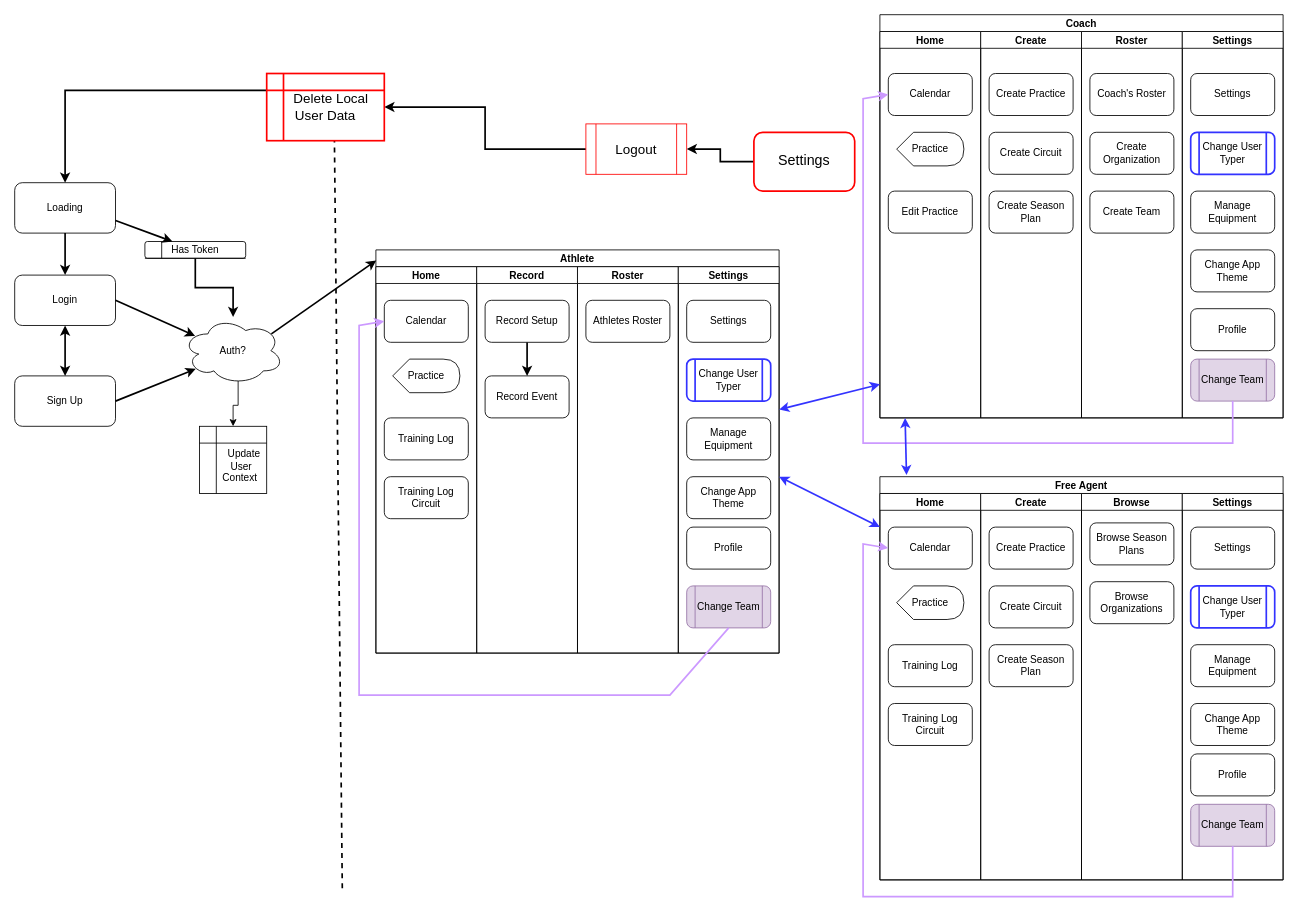
Before: BBSports.drawio in Henkemeyer/BBSports, a draw.io diagram. Source tidied: cells renumbered, new cells numbered last; positions are measured from the earlier drawing's top-left corner, leaving out a move shared by most shapes. Both pictures are drawn from the tidied source at 84%, with x=0, y=0 at pixel (14, 14).
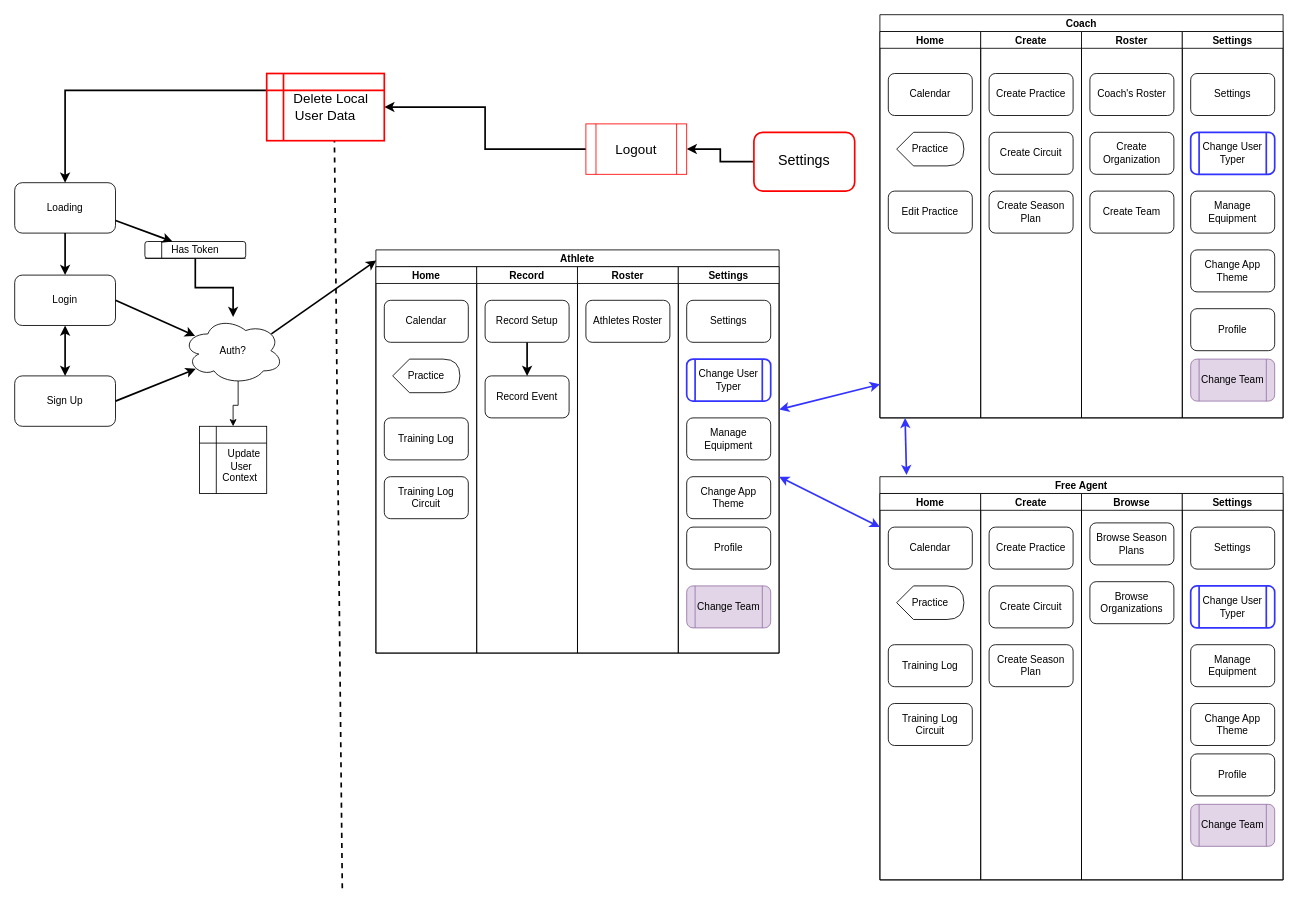
The same diagram, later.

The change refers to these unchanged cells:
```xml
<mxCell id="2" value="Coach" style="swimlane;startSize=20;" parent="1" vertex="1">
  <mxGeometry x="1030" width="480" height="480" as="geometry" />
</mxCell>
<mxCell id="4" value="Calendar" style="rounded=1;whiteSpace=wrap;html=1;" parent="3" vertex="1">
  <mxGeometry x="10" y="50" width="100" height="50" as="geometry" />
</mxCell>
<mxCell id="21" value="Change Team" style="shape=process;whiteSpace=wrap;html=1;backgroundOutline=1;rounded=1;fontFamily=Helvetica;fontSize=12;strokeColor=#9673a6;fillColor=#e1d5e7;" parent="15" vertex="1">
  <mxGeometry x="10" y="390" width="100" height="50" as="geometry" />
</mxCell>
<mxCell id="23" value="Free Agent" style="swimlane;startSize=20;" parent="1" vertex="1">
  <mxGeometry x="1030" y="550" width="480" height="480" as="geometry" />
</mxCell>
<mxCell id="25" value="Calendar" style="rounded=1;whiteSpace=wrap;html=1;" parent="24" vertex="1">
  <mxGeometry x="10" y="40" width="100" height="50" as="geometry" />
</mxCell>
<mxCell id="42" value="Change Team" style="shape=process;whiteSpace=wrap;html=1;backgroundOutline=1;rounded=1;fontFamily=Helvetica;fontSize=12;strokeColor=#9673a6;fillColor=#e1d5e7;" parent="36" vertex="1">
  <mxGeometry x="10" y="370" width="100" height="50" as="geometry" />
</mxCell>
<mxCell id="44" value="Athlete" style="swimlane;startSize=20;" parent="1" vertex="1">
  <mxGeometry x="430" y="280" width="480" height="480" as="geometry" />
</mxCell>
<mxCell id="46" value="Calendar" style="rounded=1;whiteSpace=wrap;html=1;" parent="45" vertex="1">
  <mxGeometry x="10" y="40" width="100" height="50" as="geometry" />
</mxCell>
<mxCell id="62" value="Change Team" style="shape=process;whiteSpace=wrap;html=1;backgroundOutline=1;rounded=1;fontFamily=Helvetica;fontSize=12;strokeColor=#9673a6;fillColor=#e1d5e7;" parent="56" vertex="1">
  <mxGeometry x="10" y="380" width="100" height="50" as="geometry" />
</mxCell>
```

What changed in the source:
```diff
@@
-    <mxCell id="22" style="endArrow=classic;html=1;rounded=0;fontSize=16;strokeColor=#CC99FF;strokeWidth=2;entryX=0;entryY=0.5;entryDx=0;entryDy=0;exitX=0.5;exitY=1;exitDx=0;exitDy=0;" parent="2" edge="1" source="21" target="4">
-      <mxGeometry relative="1" as="geometry">
-        <Array as="points">
-          <mxPoint x="420" y="510" />
-          <mxPoint x="-20" y="510" />
-          <mxPoint x="-20" y="100" />
-        </Array>
-      </mxGeometry>
-    </mxCell>
@@
-    <mxCell id="43" style="endArrow=classic;html=1;rounded=0;fontSize=16;strokeColor=#CC99FF;strokeWidth=2;exitX=0.5;exitY=1;exitDx=0;exitDy=0;entryX=0;entryY=0.5;entryDx=0;entryDy=0;" parent="23" edge="1" source="42" target="25">
-      <mxGeometry relative="1" as="geometry">
-        <Array as="points">
-          <mxPoint x="420" y="500" />
-          <mxPoint x="-20" y="500" />
-          <mxPoint x="-20" y="80" />
-        </Array>
-      </mxGeometry>
-    </mxCell>
@@
-    <mxCell id="63" style="endArrow=classic;html=1;rounded=0;fontSize=16;strokeColor=#CC99FF;strokeWidth=2;exitX=0.5;exitY=1;exitDx=0;exitDy=0;entryX=0;entryY=0.5;entryDx=0;entryDy=0;" parent="44" edge="1" source="62" target="46">
-      <mxGeometry relative="1" as="geometry">
-        <Array as="points">
-          <mxPoint x="350" y="530" />
-          <mxPoint x="-20" y="530" />
-          <mxPoint x="-20" y="90" />
-        </Array>
-      </mxGeometry>
-    </mxCell>
```
